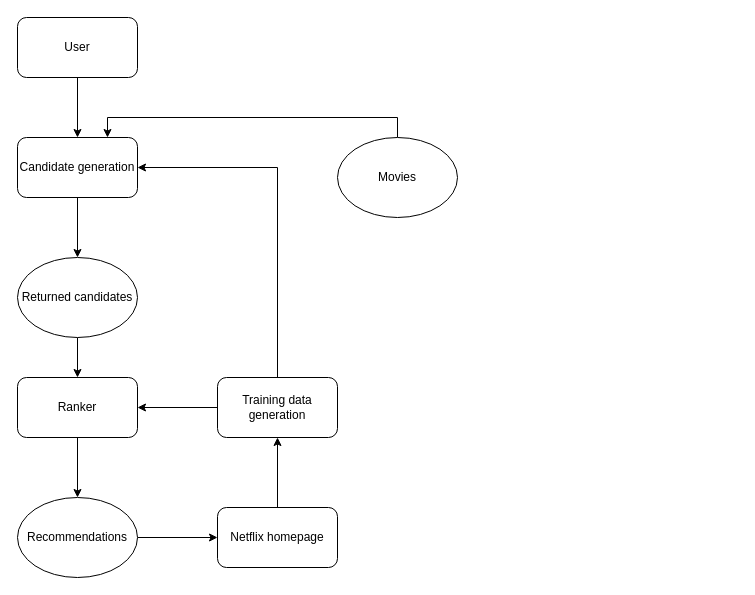
Earlier version of the draw.io diagram img/system-design/netflix1.drawio (riehseun/riehseun.github.io). Source tidied: cells renumbered, new cells numbered last; positions are measured from the earlier drawing's top-left corner, leaving out a move shared by most shapes. Both pictures are drawn from the tidied source at 100%, with x=0, y=0 at pixel (17, 17).
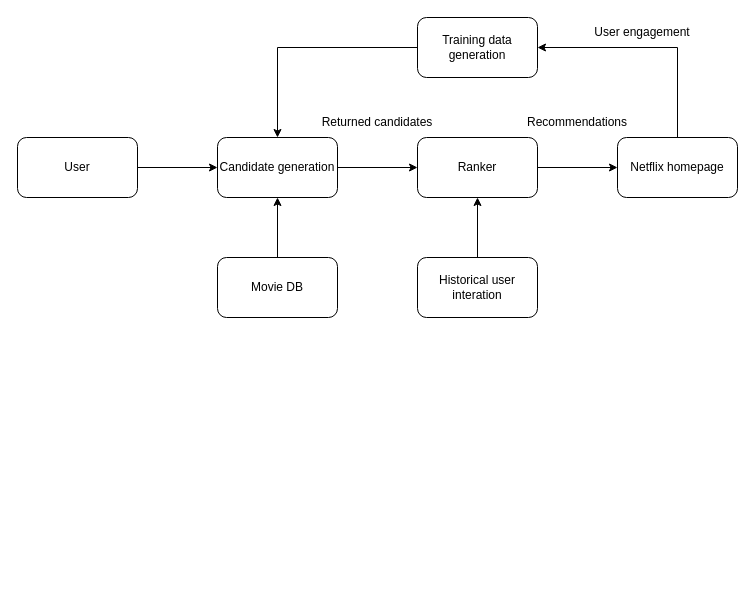
The same diagram, later.

Diff of the diagram source:
```diff
@@
 <mxGraphModel>
   <root>
     <mxCell id="0" />
     <mxCell id="1" parent="0" />
-    <mxCell id="2" style="edgeStyle=orthogonalEdgeStyle;rounded=0;jettySize=auto;html=1;exitX=0.5;exitY=1;exitDx=0;exitDy=0;" parent="1" edge="1" source="3" target="5">
+    <mxCell id="2" style="edgeStyle=orthogonalEdgeStyle;rounded=0;jettySize=auto;html=1;exitX=1;exitY=0.5;exitDx=0;exitDy=0;entryX=0;entryY=0.5;entryDx=0;entryDy=0;" parent="1" edge="1" source="3" target="5">
       <mxGeometry relative="1" as="geometry" />
     </mxCell>
     <mxCell id="3" value="User" style="rounded=1;whiteSpace=wrap;html=1;" parent="1" vertex="1">
-      <mxGeometry width="120" height="60" as="geometry" />
+      <mxGeometry y="120" width="120" height="60" as="geometry" />
     </mxCell>
-    <mxCell id="4" style="edgeStyle=orthogonalEdgeStyle;rounded=0;jettySize=auto;html=1;exitX=0.5;exitY=1;exitDx=0;exitDy=0;entryX=0.5;entryY=0;entryDx=0;entryDy=0;" parent="1" edge="1" source="5" target="7">
-      <mxGeometry relative="1" as="geometry" />
-    </mxCell>
+    <mxCell id="19" style="edgeStyle=orthogonalEdgeStyle;rounded=0;jettySize=auto;html=1;exitX=1;exitY=0.5;exitDx=0;exitDy=0;entryX=0;entryY=0.5;entryDx=0;entryDy=0;" parent="1" edge="1" source="5" target="9">
+      <mxGeometry relative="1" as="geometry" />
+    </mxCell>
     <mxCell id="5" value="Candidate generation" style="rounded=1;whiteSpace=wrap;html=1;" parent="1" vertex="1">
-      <mxGeometry y="120" width="120" height="60" as="geometry" />
+      <mxGeometry x="200" y="120" width="120" height="60" as="geometry" />
     </mxCell>
-    <mxCell id="6" style="edgeStyle=orthogonalEdgeStyle;rounded=0;jettySize=auto;html=1;exitX=0.5;exitY=1;exitDx=0;exitDy=0;" parent="1" edge="1" source="7" target="9">
-      <mxGeometry relative="1" as="geometry" />
-    </mxCell>
+    <mxCell id="15" style="edgeStyle=orthogonalEdgeStyle;rounded=0;jettySize=auto;html=1;exitX=0;exitY=0.5;exitDx=0;exitDy=0;entryX=0.5;entryY=0;entryDx=0;entryDy=0;" parent="1" edge="1" source="16" target="5">
+      <mxGeometry relative="1" as="geometry" />
+    </mxCell>
+    <mxCell id="16" value="Training data generation" style="rounded=1;whiteSpace=wrap;html=1;" parent="1" vertex="1">
+      <mxGeometry x="400" width="120" height="60" as="geometry" />
+    </mxCell>
+    <mxCell id="20" style="edgeStyle=orthogonalEdgeStyle;rounded=0;jettySize=auto;html=1;exitX=1;exitY=0.5;exitDx=0;exitDy=0;" parent="1" edge="1" source="9" target="13">
+      <mxGeometry relative="1" as="geometry" />
+    </mxCell>
+    <mxCell id="9" value="Ranker" style="rounded=1;whiteSpace=wrap;html=1;" parent="1" vertex="1">
+      <mxGeometry x="400" y="120" width="120" height="60" as="geometry" />
+    </mxCell>
-    <mxCell id="7" value="Returned candidates" style="ellipse;whiteSpace=wrap;html=1;" parent="1" vertex="1">
-      <mxGeometry y="240" width="120" height="80" as="geometry" />
+    <mxCell id="7" value="Returned candidates" style="text;html=1;strokeColor=none;fillColor=none;align=center;verticalAlign=middle;whiteSpace=wrap;rounded=0;" parent="1" vertex="1">
+      <mxGeometry x="300" y="90" width="120" height="30" as="geometry" />
     </mxCell>
-    <mxCell id="8" style="edgeStyle=orthogonalEdgeStyle;rounded=0;jettySize=auto;html=1;exitX=0.5;exitY=1;exitDx=0;exitDy=0;entryX=0.5;entryY=0;entryDx=0;entryDy=0;" parent="1" edge="1" source="9" target="11">
-      <mxGeometry relative="1" as="geometry" />
-    </mxCell>
-    <mxCell id="9" value="Ranker" style="rounded=1;whiteSpace=wrap;html=1;" parent="1" vertex="1">
-      <mxGeometry y="360" width="120" height="60" as="geometry" />
-    </mxCell>
-    <mxCell id="10" style="edgeStyle=orthogonalEdgeStyle;rounded=0;jettySize=auto;html=1;exitX=1;exitY=0.5;exitDx=0;exitDy=0;entryX=0;entryY=0.5;entryDx=0;entryDy=0;" parent="1" edge="1" source="11" target="13">
-      <mxGeometry relative="1" as="geometry" />
-    </mxCell>
-    <mxCell id="11" value="Recommendations" style="ellipse;whiteSpace=wrap;html=1;" parent="1" vertex="1">
-      <mxGeometry y="480" width="120" height="80" as="geometry" />
-    </mxCell>
-    <mxCell id="12" style="edgeStyle=orthogonalEdgeStyle;rounded=0;jettySize=auto;html=1;exitX=0.5;exitY=0;exitDx=0;exitDy=0;entryX=0.5;entryY=1;entryDx=0;entryDy=0;" parent="1" edge="1" source="13" target="16">
+    <mxCell id="12" style="edgeStyle=orthogonalEdgeStyle;rounded=0;jettySize=auto;html=1;exitX=0.5;exitY=0;exitDx=0;exitDy=0;entryX=1;entryY=0.5;entryDx=0;entryDy=0;" parent="1" edge="1" source="13" target="16">
       <mxGeometry relative="1" as="geometry" />
     </mxCell>
     <mxCell id="13" value="Netflix homepage" style="rounded=1;whiteSpace=wrap;html=1;" parent="1" vertex="1">
-      <mxGeometry x="200" y="490" width="120" height="60" as="geometry" />
+      <mxGeometry x="600" y="120" width="120" height="60" as="geometry" />
     </mxCell>
-    <mxCell id="14" style="edgeStyle=orthogonalEdgeStyle;rounded=0;jettySize=auto;html=1;exitX=0;exitY=0.5;exitDx=0;exitDy=0;entryX=1;entryY=0.5;entryDx=0;entryDy=0;" parent="1" edge="1" source="16" target="9">
-      <mxGeometry relative="1" as="geometry" />
-    </mxCell>
-    <mxCell id="15" style="edgeStyle=orthogonalEdgeStyle;rounded=0;jettySize=auto;html=1;exitX=0.5;exitY=0;exitDx=0;exitDy=0;entryX=1;entryY=0.5;entryDx=0;entryDy=0;" parent="1" edge="1" source="16" target="5">
-      <mxGeometry relative="1" as="geometry" />
-    </mxCell>
-    <mxCell id="16" value="Training data generation" style="rounded=1;whiteSpace=wrap;html=1;" parent="1" vertex="1">
-      <mxGeometry x="200" y="360" width="120" height="60" as="geometry" />
-    </mxCell>
-    <mxCell id="17" style="edgeStyle=orthogonalEdgeStyle;rounded=0;jettySize=auto;html=1;exitX=0.5;exitY=0;exitDx=0;exitDy=0;entryX=0.75;entryY=0;entryDx=0;entryDy=0;" parent="1" edge="1" source="18" target="5">
-      <mxGeometry relative="1" as="geometry" />
-    </mxCell>
-    <mxCell id="18" value="Movies" style="ellipse;whiteSpace=wrap;html=1;" parent="1" vertex="1">
-      <mxGeometry x="320" y="120" width="120" height="80" as="geometry" />
-    </mxCell>
+    <mxCell id="11" value="Recommendations" style="text;html=1;strokeColor=none;fillColor=none;align=center;verticalAlign=middle;whiteSpace=wrap;rounded=0;" parent="1" vertex="1">
+      <mxGeometry x="500" y="90" width="120" height="30" as="geometry" />
+    </mxCell>
+    <mxCell id="21" value="User engagement" style="text;html=1;strokeColor=none;fillColor=none;align=center;verticalAlign=middle;whiteSpace=wrap;rounded=0;" parent="1" vertex="1">
+      <mxGeometry x="570" width="110" height="30" as="geometry" />
+    </mxCell>
+    <mxCell id="22" style="edgeStyle=orthogonalEdgeStyle;rounded=0;jettySize=auto;html=1;exitX=0.5;exitY=0;exitDx=0;exitDy=0;entryX=0.5;entryY=1;entryDx=0;entryDy=0;" parent="1" edge="1" source="23" target="5">
+      <mxGeometry relative="1" as="geometry" />
+    </mxCell>
+    <mxCell id="23" value="Movie DB" style="rounded=1;whiteSpace=wrap;html=1;" parent="1" vertex="1">
+      <mxGeometry x="200" y="240" width="120" height="60" as="geometry" />
+    </mxCell>
+    <mxCell id="24" style="edgeStyle=orthogonalEdgeStyle;rounded=0;jettySize=auto;html=1;exitX=0.5;exitY=0;exitDx=0;exitDy=0;entryX=0.5;entryY=1;entryDx=0;entryDy=0;" parent="1" edge="1" source="25" target="9">
+      <mxGeometry relative="1" as="geometry" />
+    </mxCell>
+    <mxCell id="25" value="Historical user interation" style="rounded=1;whiteSpace=wrap;html=1;" parent="1" vertex="1">
+      <mxGeometry x="400" y="240" width="120" height="60" as="geometry" />
+    </mxCell>
   </root>
 </mxGraphModel>
```
